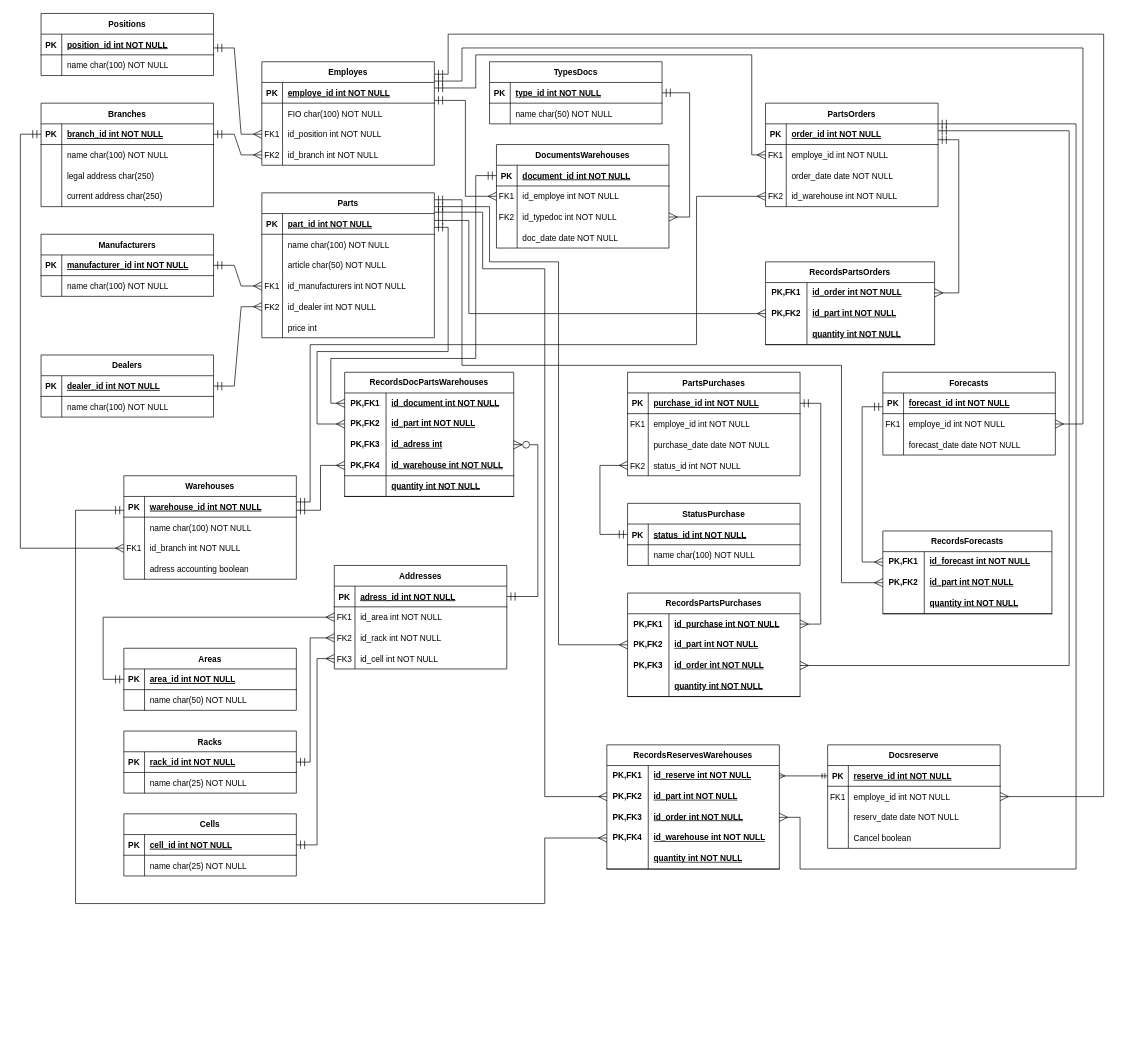
Before: ER diagram.drawio in aapoplavskii/Project_Otus_SA, a draw.io diagram. Source tidied: cells renumbered, new cells numbered last; positions are measured from the earlier drawing's top-left corner, leaving out a move shared by most shapes. Both pictures are drawn from the tidied source at 69%, with x=0, y=0 at pixel (20, 13).
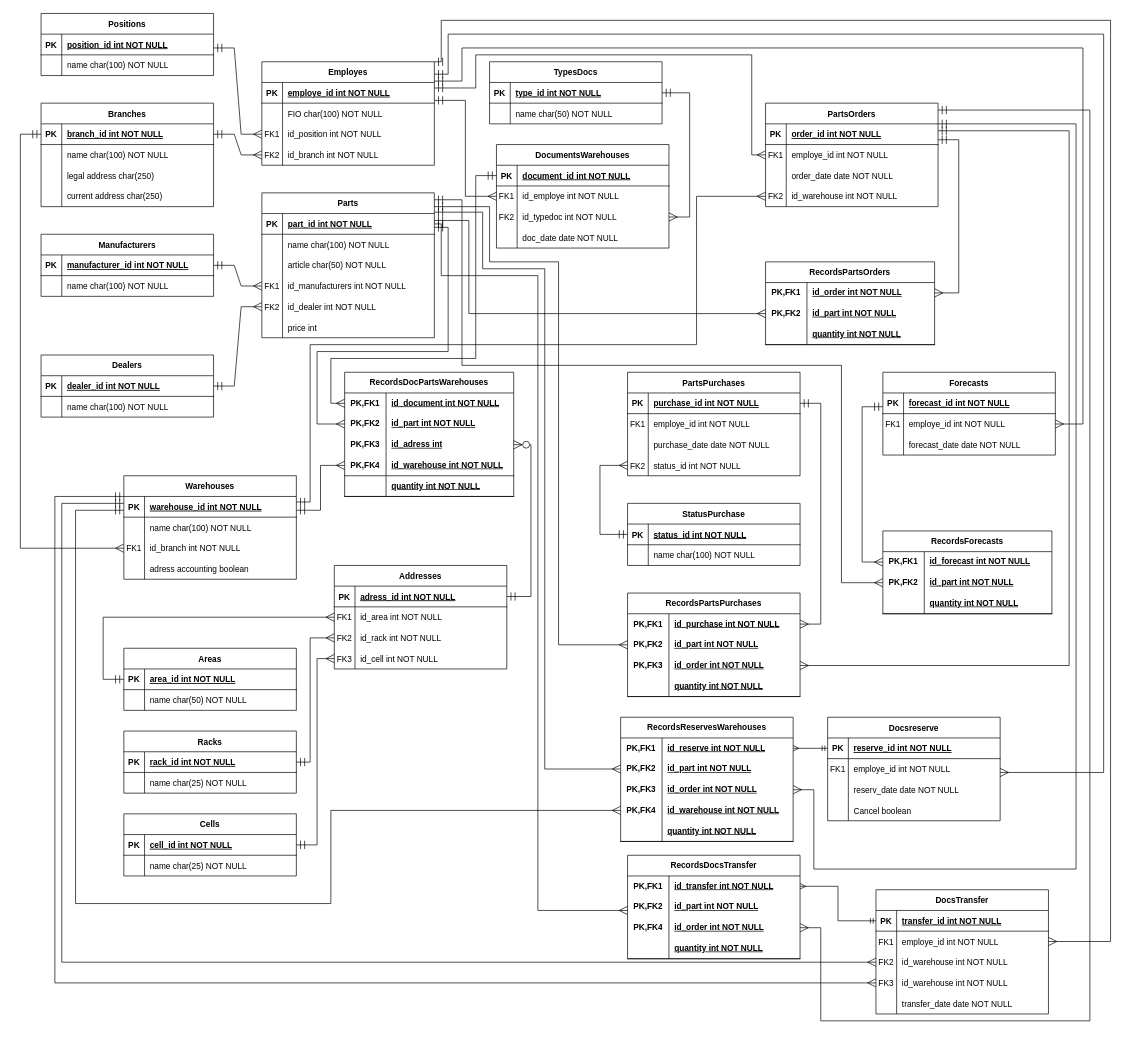
The same page after the edit.

The change refers to these unchanged cells:
```xml
<mxCell id="2" value="PartsOrders" style="shape=table;startSize=30;childLayout=tableLayout;rowLines=0;fontStyle=1;align=center;" parent="1" vertex="1">
  <mxGeometry x="1080" y="130" width="250" height="150" as="geometry" />
</mxCell>
<mxCell id="15" value="Employes" style="shape=table;startSize=30;childLayout=tableLayout;rowLines=0;fontStyle=1;align=center;" parent="1" vertex="1">
  <mxGeometry x="350" y="70" width="250" height="150" as="geometry" />
</mxCell>
<mxCell id="50" value="Parts" style="shape=table;startSize=30;childLayout=tableLayout;rowLines=0;fontStyle=1;align=center;" parent="1" vertex="1">
  <mxGeometry x="350" y="260" width="250" height="210" as="geometry" />
</mxCell>
<mxCell id="51" style="shape=partialRectangle;fillColor=none;points=[[0,0.5],[1,0.5]];portConstraint=eastwest;top=0;left=0;right=0;bottom=1;" parent="50" vertex="1">
  <mxGeometry y="30" width="250" height="30" as="geometry" />
</mxCell>
<mxCell id="86" style="shape=partialRectangle;fillColor=none;points=[[0,0.5],[1,0.5]];portConstraint=eastwest;top=0;left=0;right=0;bottom=1;" parent="85" vertex="1">
  <mxGeometry y="30" width="250" height="30" as="geometry" />
</mxCell>
<mxCell id="100" style="shape=partialRectangle;fillColor=none;points=[[0,0.5],[1,0.5]];portConstraint=eastwest;top=0;left=0;right=0;bottom=1;" parent="99" vertex="1">
  <mxGeometry y="30" width="250" height="30" as="geometry" />
</mxCell>
<mxCell id="143" style="shape=tableRow;horizontal=0;startSize=0;swimlaneHead=0;swimlaneBody=0;fillColor=none;points=[[0,0.5],[1,0.5]];portConstraint=eastwest;top=0;left=0;right=0;bottom=0;html=1;" parent="136" vertex="1">
  <mxGeometry y="90" width="245" height="30" as="geometry" />
</mxCell>
<mxCell id="256" style="shape=partialRectangle;fillColor=none;points=[[0,0.5],[1,0.5]];portConstraint=eastwest;top=0;left=0;right=0;bottom=0;" parent="252" vertex="1">
  <mxGeometry y="60" width="250" height="30" as="geometry" />
</mxCell>
<mxCell id="269" style="shape=tableRow;horizontal=0;startSize=0;swimlaneHead=0;swimlaneBody=0;fillColor=none;points=[[0,0.5],[1,0.5]];portConstraint=eastwest;top=0;left=0;right=0;bottom=0;html=1;" parent="265" vertex="1">
  <mxGeometry y="60" width="250" height="30" as="geometry" />
</mxCell>
<mxCell id="272" style="shape=tableRow;horizontal=0;startSize=0;swimlaneHead=0;swimlaneBody=0;fillColor=none;points=[[0,0.5],[1,0.5]];portConstraint=eastwest;top=0;left=0;right=0;bottom=0;html=1;" parent="265" vertex="1">
  <mxGeometry y="90" width="250" height="30" as="geometry" />
</mxCell>
<mxCell id="275" style="shape=tableRow;horizontal=0;startSize=0;swimlaneHead=0;swimlaneBody=0;fillColor=none;points=[[0,0.5],[1,0.5]];portConstraint=eastwest;top=0;left=0;right=0;bottom=0;html=1;" parent="265" vertex="1">
  <mxGeometry y="120" width="250" height="30" as="geometry" />
</mxCell>
```

Change to the diagram source:
```diff
@@
     <mxCell id="154" style="edgeStyle=orthogonalEdgeStyle;fontSize=12;html=1;endArrow=ERzeroToMany;startArrow=ERmandOne;rounded=0;exitX=1;exitY=0.5;exitDx=0;exitDy=0;endSize=10;startSize=10;endFill=0;entryX=1;entryY=0.5;entryDx=0;entryDy=0;" parent="1" edge="1" source="100" target="143">
       <mxGeometry relative="1" as="geometry">
         <Array as="points">
-          <mxPoint x="750" y="845" />
-          <mxPoint x="750" y="625" />
+          <mxPoint x="740" y="845" />
+          <mxPoint x="740" y="625" />
         </Array>
       </mxGeometry>
     </mxCell>
@@
     <mxCell id="252" value="Docsreserve" style="shape=table;startSize=30;childLayout=tableLayout;rowLines=0;fontStyle=1;align=center;" parent="1" vertex="1">
-      <mxGeometry x="1170" y="1060" width="250" height="150" as="geometry" />
+      <mxGeometry x="1170" y="1020" width="250" height="150" as="geometry" />
     </mxCell>
@@
     <mxCell id="265" value="RecordsReservesWarehouses" style="shape=table;startSize=30;childLayout=tableLayout;rowLines=0;fontStyle=1;align=center;html=1;whiteSpace=wrap;" parent="1" vertex="1">
-      <mxGeometry x="850" y="1060" width="250" height="180" as="geometry" />
+      <mxGeometry x="870" y="1020" width="250" height="180" as="geometry" />
     </mxCell>
@@
-    <mxCell id="282" style="fontSize=12;html=1;endArrow=ERmany;startArrow=ERmandOne;rounded=0;endSize=10;startSize=10;endFill=0;entryX=1;entryY=0.5;entryDx=0;entryDy=0;exitX=1;exitY=0.267;exitDx=0;exitDy=0;exitPerimeter=0;edgeStyle=orthogonalEdgeStyle;" parent="1" edge="1" target="256">
+    <mxCell id="282" style="fontSize=12;html=1;endArrow=ERmany;startArrow=ERmandOne;rounded=0;endSize=10;startSize=10;endFill=0;exitX=1;exitY=0.267;exitDx=0;exitDy=0;exitPerimeter=0;edgeStyle=orthogonalEdgeStyle;" parent="1" edge="1" target="256">
       <mxGeometry relative="1" as="geometry">
         <mxPoint x="600" y="88" as="sourcePoint" />
         <Array as="points">
           <mxPoint x="620" y="88" />
           <mxPoint x="620" y="30" />
           <mxPoint x="1570" y="30" />
-          <mxPoint x="1570" y="1135" />
+          <mxPoint x="1570" y="1100" />
         </Array>
       </mxGeometry>
     </mxCell>
     <mxCell id="283" style="fontSize=12;html=1;endArrow=ERmany;startArrow=ERmandOne;rounded=0;endSize=10;startSize=10;endFill=0;entryX=0;entryY=0.5;entryDx=0;entryDy=0;edgeStyle=orthogonalEdgeStyle;" parent="1" edge="1" source="50" target="269">
       <mxGeometry relative="1" as="geometry">
         <Array as="points">
           <mxPoint x="670" y="288" />
           <mxPoint x="670" y="370" />
           <mxPoint x="760" y="370" />
-          <mxPoint x="760" y="1135" />
+          <mxPoint x="760" y="1095" />
         </Array>
       </mxGeometry>
     </mxCell>
-    <mxCell id="284" style="edgeStyle=orthogonalEdgeStyle;fontSize=12;html=1;endArrow=ERmandOne;rounded=0;exitX=0;exitY=0.5;exitDx=0;exitDy=0;endSize=10;startSize=10;startArrow=ERmany;startFill=0;endFill=0;" parent="1" edge="1" source="275" target="86">
+    <mxCell id="284" style="edgeStyle=orthogonalEdgeStyle;fontSize=12;html=1;endArrow=ERmandOne;rounded=0;endSize=10;startSize=10;startArrow=ERmany;startFill=0;endFill=0;" parent="1" edge="1" source="275" target="86">
       <mxGeometry relative="1" as="geometry">
         <Array as="points">
-          <mxPoint x="760" y="1195" />
-          <mxPoint x="760" y="1290" />
+          <mxPoint x="450" y="1155" />
+          <mxPoint x="450" y="1290" />
           <mxPoint x="80" y="1290" />
           <mxPoint x="80" y="720" />
         </Array>
       </mxGeometry>
     </mxCell>
-    <mxCell id="285" style="fontSize=12;html=1;endArrow=ERmany;startArrow=ERmandOne;rounded=0;endSize=10;startSize=10;endFill=0;edgeStyle=orthogonalEdgeStyle;" parent="1" edge="1" target="272">
+    <mxCell id="285" style="fontSize=12;html=1;endArrow=ERmany;startArrow=ERmandOne;rounded=0;endSize=10;startSize=10;endFill=0;edgeStyle=orthogonalEdgeStyle;entryX=1;entryY=0.5;entryDx=0;entryDy=0;" parent="1" edge="1" target="272">
       <mxGeometry relative="1" as="geometry">
         <mxPoint x="1330" y="160" as="sourcePoint" />
         <Array as="points">
           <mxPoint x="1530" y="160" />
           <mxPoint x="1530" y="1240" />
-          <mxPoint x="1130" y="1240" />
-          <mxPoint x="1130" y="1165" />
+          <mxPoint x="1150" y="1240" />
+          <mxPoint x="1150" y="1125" />
         </Array>
       </mxGeometry>
     </mxCell>
+    <mxCell id="286" value="DocsTransfer" style="shape=table;startSize=30;childLayout=tableLayout;rowLines=0;fontStyle=1;align=center;" parent="1" vertex="1">
+      <mxGeometry x="1240" y="1270" width="250" height="180" as="geometry" />
+    </mxCell>
+    <mxCell id="287" style="shape=partialRectangle;fillColor=none;points=[[0,0.5],[1,0.5]];portConstraint=eastwest;top=0;left=0;right=0;bottom=1;" parent="286" vertex="1">
+      <mxGeometry y="30" width="250" height="30" as="geometry" />
+    </mxCell>
+    <mxCell id="288" value="PK" style="shape=partialRectangle;overflow=hidden;fillColor=none;top=0;left=0;bottom=0;right=0;fontStyle=1;" parent="287" vertex="1">
+      <mxGeometry width="30" height="30" as="geometry" />
+    </mxCell>
+    <mxCell id="289" value="transfer_id int NOT NULL " style="shape=partialRectangle;overflow=hidden;fillColor=none;top=0;left=0;bottom=0;right=0;align=left;spacingLeft=6;fontStyle=5;" parent="287" vertex="1">
+      <mxGeometry x="30" width="220" height="30" as="geometry" />
+    </mxCell>
+    <mxCell id="290" style="shape=partialRectangle;fillColor=none;points=[[0,0.5],[1,0.5]];portConstraint=eastwest;top=0;left=0;right=0;bottom=0;" parent="286" vertex="1">
+      <mxGeometry y="60" width="250" height="30" as="geometry" />
+    </mxCell>
+    <mxCell id="291" value="FK1" style="shape=partialRectangle;overflow=hidden;fillColor=none;top=0;left=0;bottom=0;right=0;" parent="290" vertex="1">
+      <mxGeometry width="30" height="30" as="geometry" />
+    </mxCell>
+    <mxCell id="292" value="employe_id int NOT NULL" style="shape=partialRectangle;overflow=hidden;fillColor=none;top=0;left=0;bottom=0;right=0;align=left;spacingLeft=6;" parent="290" vertex="1">
+      <mxGeometry x="30" width="220" height="30" as="geometry" />
+    </mxCell>
+    <mxCell id="293" style="shape=partialRectangle;fillColor=none;points=[[0,0.5],[1,0.5]];portConstraint=eastwest;top=0;left=0;right=0;bottom=0;" parent="286" vertex="1">
+      <mxGeometry y="90" width="250" height="30" as="geometry" />
+    </mxCell>
+    <mxCell id="294" value="FK2" style="shape=partialRectangle;overflow=hidden;fillColor=none;top=0;left=0;bottom=0;right=0;" parent="293" vertex="1">
+      <mxGeometry width="30" height="30" as="geometry" />
+    </mxCell>
+    <mxCell id="295" value="id_warehouse int NOT NULL" style="shape=partialRectangle;overflow=hidden;fillColor=none;top=0;left=0;bottom=0;right=0;align=left;spacingLeft=6;" parent="293" vertex="1">
+      <mxGeometry x="30" width="220" height="30" as="geometry" />
+    </mxCell>
+    <mxCell id="296" style="shape=partialRectangle;fillColor=none;points=[[0,0.5],[1,0.5]];portConstraint=eastwest;top=0;left=0;right=0;bottom=0;" parent="286" vertex="1">
+      <mxGeometry y="120" width="250" height="30" as="geometry" />
+    </mxCell>
+    <mxCell id="297" value="FK3" style="shape=partialRectangle;overflow=hidden;fillColor=none;top=0;left=0;bottom=0;right=0;" parent="296" vertex="1">
+      <mxGeometry width="30" height="30" as="geometry" />
+    </mxCell>
+    <mxCell id="298" value="id_warehouse int NOT NULL" style="shape=partialRectangle;overflow=hidden;fillColor=none;top=0;left=0;bottom=0;right=0;align=left;spacingLeft=6;" parent="296" vertex="1">
+      <mxGeometry x="30" width="220" height="30" as="geometry" />
+    </mxCell>
+    <mxCell id="299" style="shape=partialRectangle;fillColor=none;top=0;left=0;right=0;bottom=0;" parent="286" vertex="1">
+      <mxGeometry y="150" width="250" height="30" as="geometry" />
+    </mxCell>
+    <mxCell id="300" style="shape=partialRectangle;overflow=hidden;fillColor=none;top=0;left=0;bottom=0;right=0;" parent="299" vertex="1">
+      <mxGeometry width="30" height="30" as="geometry" />
+    </mxCell>
+    <mxCell id="301" value="transfer_date date NOT NULL" style="shape=partialRectangle;overflow=hidden;fillColor=none;top=0;left=0;bottom=0;right=0;align=left;spacingLeft=6;" parent="299" vertex="1">
+      <mxGeometry x="30" width="220" height="30" as="geometry" />
+    </mxCell>
+    <mxCell id="302" value="RecordsDocsTransfer" style="shape=table;startSize=30;childLayout=tableLayout;rowLines=0;fontStyle=1;align=center;html=1;whiteSpace=wrap;" parent="1" vertex="1">
+      <mxGeometry x="880" y="1220" width="250" height="150" as="geometry" />
+    </mxCell>
+    <mxCell id="303" style="shape=tableRow;horizontal=0;startSize=0;swimlaneHead=0;swimlaneBody=0;fillColor=none;points=[[0,0.5],[1,0.5]];portConstraint=eastwest;top=0;left=0;right=0;bottom=0;html=1;" parent="302" vertex="1">
+      <mxGeometry y="30" width="250" height="30" as="geometry" />
+    </mxCell>
+    <mxCell id="304" value="PK,FK1" style="shape=partialRectangle;fillColor=none;top=0;left=0;bottom=0;right=0;fontStyle=1;overflow=hidden;html=1;whiteSpace=wrap;" parent="303" vertex="1">
+      <mxGeometry width="60" height="30" as="geometry" />
+    </mxCell>
+    <mxCell id="305" value="id_transfer int NOT NULL" style="shape=partialRectangle;fillColor=none;top=0;left=0;bottom=0;right=0;align=left;spacingLeft=6;fontStyle=5;overflow=hidden;html=1;whiteSpace=wrap;" parent="303" vertex="1">
+      <mxGeometry x="60" width="190" height="30" as="geometry" />
+    </mxCell>
+    <mxCell id="306" style="shape=tableRow;horizontal=0;startSize=0;swimlaneHead=0;swimlaneBody=0;fillColor=none;points=[[0,0.5],[1,0.5]];portConstraint=eastwest;top=0;left=0;right=0;bottom=0;html=1;" parent="302" vertex="1">
+      <mxGeometry y="60" width="250" height="30" as="geometry" />
+    </mxCell>
+    <mxCell id="307" value="PK,FK2" style="shape=partialRectangle;fillColor=none;top=0;left=0;bottom=0;right=0;fontStyle=1;overflow=hidden;html=1;whiteSpace=wrap;" parent="306" vertex="1">
+      <mxGeometry width="60" height="30" as="geometry" />
+    </mxCell>
+    <mxCell id="308" value="id_part int NOT NULL" style="shape=partialRectangle;fillColor=none;top=0;left=0;bottom=0;right=0;align=left;spacingLeft=6;fontStyle=5;overflow=hidden;html=1;whiteSpace=wrap;" parent="306" vertex="1">
+      <mxGeometry x="60" width="190" height="30" as="geometry" />
+    </mxCell>
+    <mxCell id="309" style="shape=tableRow;horizontal=0;startSize=0;swimlaneHead=0;swimlaneBody=0;fillColor=none;points=[[0,0.5],[1,0.5]];portConstraint=eastwest;top=0;left=0;right=0;bottom=0;html=1;" parent="302" vertex="1">
+      <mxGeometry y="90" width="250" height="30" as="geometry" />
+    </mxCell>
+    <mxCell id="310" value="PK,FK4" style="shape=partialRectangle;fillColor=none;top=0;left=0;bottom=0;right=0;fontStyle=1;overflow=hidden;html=1;whiteSpace=wrap;" parent="309" vertex="1">
+      <mxGeometry width="60" height="30" as="geometry" />
+    </mxCell>
+    <mxCell id="311" value="id_order int NOT NULL" style="shape=partialRectangle;fillColor=none;top=0;left=0;bottom=0;right=0;align=left;spacingLeft=6;fontStyle=5;overflow=hidden;html=1;whiteSpace=wrap;" parent="309" vertex="1">
+      <mxGeometry x="60" width="190" height="30" as="geometry" />
+    </mxCell>
+    <mxCell id="312" style="shape=tableRow;horizontal=0;startSize=0;swimlaneHead=0;swimlaneBody=0;fillColor=none;top=0;left=0;right=0;bottom=1;html=1;" parent="302" vertex="1">
+      <mxGeometry y="120" width="250" height="30" as="geometry" />
+    </mxCell>
+    <mxCell id="313" style="shape=partialRectangle;fillColor=none;top=0;left=0;bottom=0;right=0;fontStyle=1;overflow=hidden;html=1;whiteSpace=wrap;" parent="312" vertex="1">
+      <mxGeometry width="60" height="30" as="geometry" />
+    </mxCell>
+    <mxCell id="314" value="quantity int NOT NULL" style="shape=partialRectangle;fillColor=none;top=0;left=0;bottom=0;right=0;align=left;spacingLeft=6;fontStyle=5;overflow=hidden;html=1;whiteSpace=wrap;" parent="312" vertex="1">
+      <mxGeometry x="60" width="190" height="30" as="geometry" />
+    </mxCell>
+    <mxCell id="315" style="fontSize=12;html=1;endArrow=ERmany;startArrow=ERmandOne;rounded=0;endSize=10;startSize=10;endFill=0;exitX=1;exitY=0;exitDx=0;exitDy=0;edgeStyle=orthogonalEdgeStyle;" parent="1" edge="1" source="15" target="290">
+      <mxGeometry relative="1" as="geometry">
+        <Array as="points">
+          <mxPoint x="610" y="70" />
+          <mxPoint x="610" y="10" />
+          <mxPoint x="1580" y="10" />
+          <mxPoint x="1580" y="1345" />
+        </Array>
+      </mxGeometry>
+    </mxCell>
+    <mxCell id="316" style="fontSize=12;html=1;endArrow=ERmany;startArrow=ERmandOne;rounded=0;endSize=10;startSize=10;endFill=0;edgeStyle=orthogonalEdgeStyle;exitX=1;exitY=0.5;exitDx=0;exitDy=0;" parent="1" edge="1" source="51" target="306">
+      <mxGeometry relative="1" as="geometry">
+        <Array as="points">
+          <mxPoint x="610" y="305" />
+          <mxPoint x="610" y="380" />
+          <mxPoint x="750" y="380" />
+          <mxPoint x="750" y="1300" />
+        </Array>
+      </mxGeometry>
+    </mxCell>
+    <mxCell id="317" style="edgeStyle=orthogonalEdgeStyle;rounded=0;jettySize=auto;html=1;startArrow=ERmany;startFill=0;endArrow=ERmandOne;endFill=0;" parent="1" edge="1" source="303" target="287">
+      <mxGeometry relative="1" as="geometry" />
+    </mxCell>
+    <mxCell id="318" style="edgeStyle=orthogonalEdgeStyle;fontSize=12;html=1;endArrow=ERmandOne;rounded=0;endSize=10;startSize=10;startArrow=ERmany;startFill=0;endFill=0;" parent="1" edge="1" source="293">
+      <mxGeometry relative="1" as="geometry">
+        <mxPoint x="150" y="710" as="targetPoint" />
+        <Array as="points">
+          <mxPoint x="60" y="1375" />
+          <mxPoint x="60" y="710" />
+        </Array>
+      </mxGeometry>
+    </mxCell>
+    <mxCell id="319" style="edgeStyle=orthogonalEdgeStyle;fontSize=12;html=1;endArrow=ERmandOne;rounded=0;endSize=10;startSize=10;startArrow=ERmany;startFill=0;endFill=0;" parent="1" edge="1" source="296">
+      <mxGeometry relative="1" as="geometry">
+        <mxPoint x="150" y="700" as="targetPoint" />
+        <Array as="points">
+          <mxPoint x="50" y="1405" />
+          <mxPoint x="50" y="700" />
+        </Array>
+      </mxGeometry>
+    </mxCell>
+    <mxCell id="320" style="fontSize=12;html=1;endArrow=ERmany;startArrow=ERmandOne;rounded=0;endSize=10;startSize=10;endFill=0;edgeStyle=orthogonalEdgeStyle;" parent="1" edge="1" source="2" target="309">
+      <mxGeometry relative="1" as="geometry">
+        <Array as="points">
+          <mxPoint x="1550" y="140" />
+          <mxPoint x="1550" y="1460" />
+          <mxPoint x="1160" y="1460" />
+          <mxPoint x="1160" y="1325" />
+        </Array>
+      </mxGeometry>
+    </mxCell>
```
